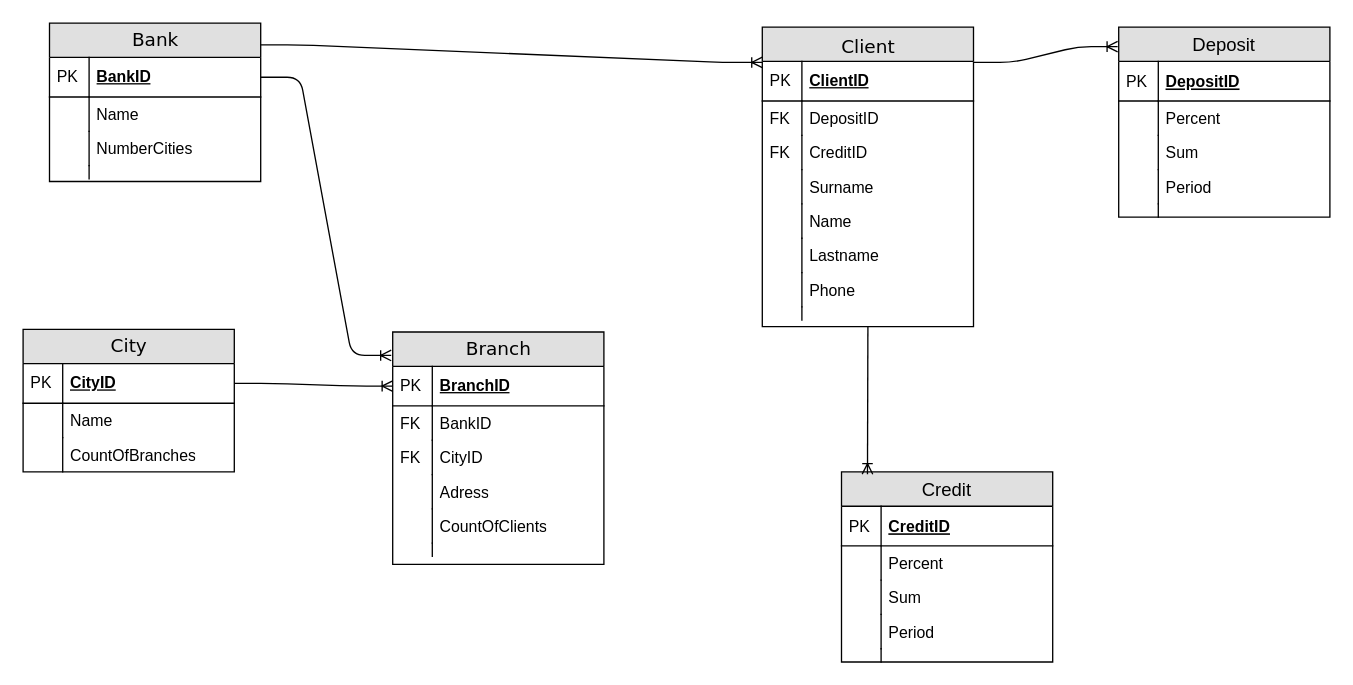
This is Untitled Diagram.drawio from duxa2089/entity-relationship-model, a draw.io file, before an edit. Source tidied: cells renumbered, new cells numbered last; positions are measured from the earlier drawing's top-left corner, leaving out a move shared by most shapes. Both pictures are drawn from the tidied source at 132%, with x=0, y=0 at pixel (22, 22).
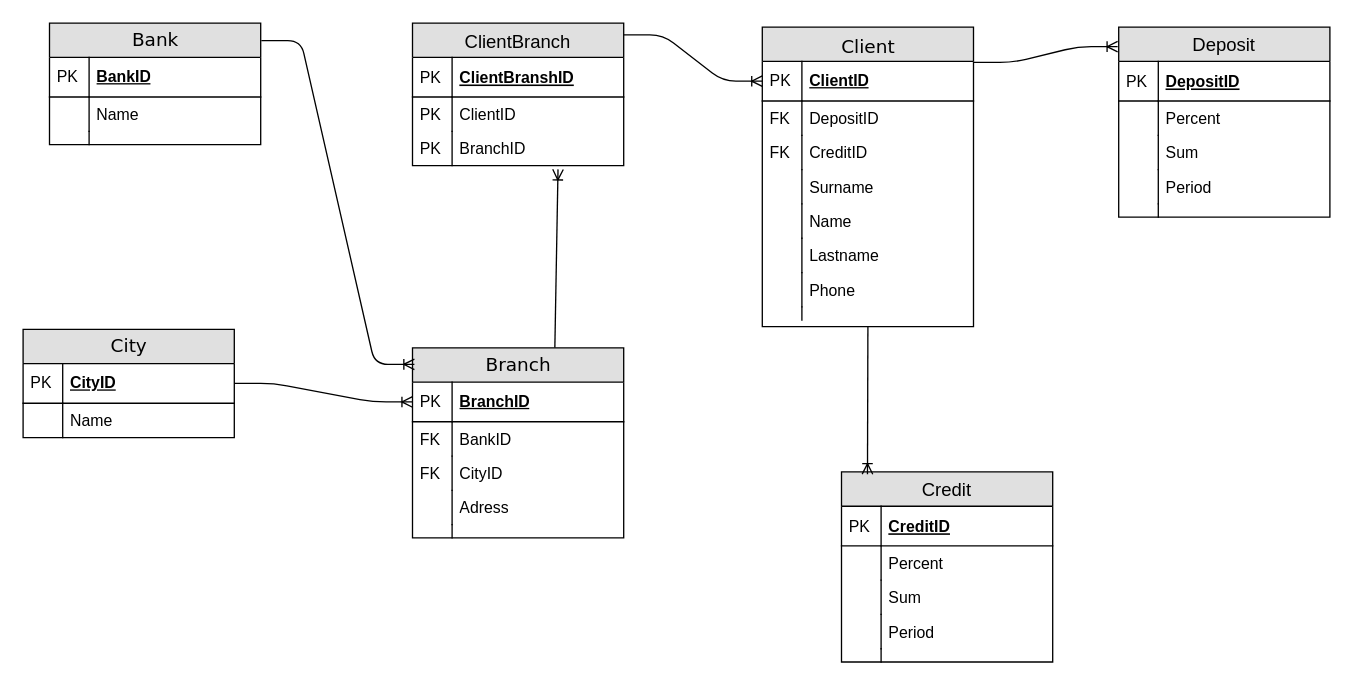
After the change.

Unchanged cells that the change refers to:
```xml
<mxCell id="2" value="Client" style="swimlane;html=1;fontStyle=0;horizontal=1;startSize=26;fillColor=#e0e0e0;swimlaneFillColor=#ffffff;align=center;rounded=0;shadow=0;comic=0;labelBackgroundColor=none;strokeColor=#000000;strokeWidth=1;fontFamily=Verdana;fontSize=14;fontColor=#000000;swimlaneLine=1;verticalAlign=top;" parent="1" vertex="1">
  <mxGeometry x="560" y="3" width="160" height="227" as="geometry" />
</mxCell>
<mxCell id="3" value="ClientID" style="shape=partialRectangle;top=0;left=0;right=0;bottom=1;html=1;align=left;verticalAlign=middle;fillColor=none;spacingLeft=34;spacingRight=4;whiteSpace=wrap;overflow=hidden;points=[[0,0.5],[1,0.5]];portConstraint=eastwest;fontStyle=5;" parent="2" vertex="1">
  <mxGeometry y="26" width="160" height="30" as="geometry" />
</mxCell>
<mxCell id="20" value="BankID" style="shape=partialRectangle;top=0;left=0;right=0;bottom=1;html=1;align=left;verticalAlign=middle;fillColor=none;spacingLeft=34;spacingRight=4;whiteSpace=wrap;overflow=hidden;points=[[0,0.5],[1,0.5]];portConstraint=eastwest;fontStyle=5;" parent="19" vertex="1">
  <mxGeometry y="26" width="160" height="30" as="geometry" />
</mxCell>
```

Change to the diagram source:
```diff
@@
     <mxCell id="19" value="Bank" style="swimlane;html=1;fontStyle=0;horizontal=1;startSize=26;fillColor=#e0e0e0;swimlaneFillColor=#ffffff;align=center;rounded=0;shadow=0;comic=0;labelBackgroundColor=none;strokeColor=#000000;strokeWidth=1;fontFamily=Verdana;fontSize=14;fontColor=#000000;" parent="1" vertex="1">
-      <mxGeometry x="20" width="160" height="120" as="geometry" />
+      <mxGeometry x="20" width="160" height="92" as="geometry" />
     </mxCell>
@@
-    <mxCell id="24" value="NumberCities" style="shape=partialRectangle;top=0;left=0;right=0;bottom=0;html=1;align=left;verticalAlign=top;fillColor=none;spacingLeft=34;spacingRight=4;whiteSpace=wrap;overflow=hidden;" parent="19" vertex="1">
-      <mxGeometry y="82" width="160" height="26" as="geometry" />
-    </mxCell>
-    <mxCell id="25" style="shape=partialRectangle;top=0;left=0;bottom=0;html=1;fillColor=none;align=left;verticalAlign=top;spacingLeft=4;spacingRight=4;whiteSpace=wrap;overflow=hidden;" parent="24" vertex="1">
-      <mxGeometry width="30" height="26" as="geometry" />
-    </mxCell>
     <mxCell id="26" style="shape=partialRectangle;top=0;left=0;right=0;bottom=0;html=1;align=left;verticalAlign=top;fillColor=none;spacingLeft=34;spacingRight=4;whiteSpace=wrap;overflow=hidden;" parent="19" vertex="1">
-      <mxGeometry y="108" width="160" height="10" as="geometry" />
+      <mxGeometry y="82" width="160" height="10" as="geometry" />
     </mxCell>
@@
     <mxCell id="28" value="Branch" style="swimlane;html=1;fontStyle=0;horizontal=1;startSize=26;fillColor=#e0e0e0;swimlaneFillColor=#ffffff;align=center;rounded=0;shadow=0;comic=0;labelBackgroundColor=none;strokeColor=#000000;strokeWidth=1;fontFamily=Verdana;fontSize=14;fontColor=#000000;" parent="1" vertex="1">
-      <mxGeometry x="280" y="234" width="160" height="176" as="geometry" />
+      <mxGeometry x="295" y="246" width="160" height="144" as="geometry" />
     </mxCell>
@@
-    <mxCell id="37" value="CountOfClients" style="shape=partialRectangle;top=0;left=0;right=0;bottom=0;html=1;align=left;verticalAlign=top;fillColor=none;spacingLeft=34;spacingRight=4;whiteSpace=wrap;overflow=hidden;" parent="28" vertex="1">
-      <mxGeometry y="134" width="160" height="26" as="geometry" />
-    </mxCell>
-    <mxCell id="38" style="shape=partialRectangle;top=0;left=0;bottom=0;html=1;fillColor=none;align=left;verticalAlign=top;spacingLeft=4;spacingRight=4;whiteSpace=wrap;overflow=hidden;" parent="37" vertex="1">
-      <mxGeometry width="30" height="26" as="geometry" />
-    </mxCell>
     <mxCell id="39" style="shape=partialRectangle;top=0;left=0;right=0;bottom=0;html=1;align=left;verticalAlign=top;fillColor=none;spacingLeft=34;spacingRight=4;whiteSpace=wrap;overflow=hidden;" parent="28" vertex="1">
-      <mxGeometry y="160" width="160" height="10" as="geometry" />
+      <mxGeometry y="134" width="160" height="10" as="geometry" />
     </mxCell>
@@
     <mxCell id="41" value="City" style="swimlane;html=1;fontStyle=0;horizontal=1;startSize=26;fillColor=#e0e0e0;swimlaneFillColor=#ffffff;align=center;rounded=0;shadow=0;comic=0;labelBackgroundColor=none;strokeColor=#000000;strokeWidth=1;fontFamily=Verdana;fontSize=14;fontColor=#000000;" parent="1" vertex="1">
-      <mxGeometry y="232" width="160" height="108" as="geometry" />
+      <mxGeometry y="232" width="160" height="82" as="geometry" />
     </mxCell>
@@
-    <mxCell id="46" value="CountOfBranches" style="shape=partialRectangle;top=0;left=0;right=0;bottom=0;html=1;align=left;verticalAlign=top;fillColor=none;spacingLeft=34;spacingRight=4;whiteSpace=wrap;overflow=hidden;" parent="41" vertex="1">
-      <mxGeometry y="82" width="160" height="26" as="geometry" />
-    </mxCell>
-    <mxCell id="47" style="shape=partialRectangle;top=0;left=0;bottom=0;html=1;fillColor=none;align=left;verticalAlign=top;spacingLeft=4;spacingRight=4;whiteSpace=wrap;overflow=hidden;" parent="46" vertex="1">
-      <mxGeometry width="30" height="26" as="geometry" />
-    </mxCell>
@@
-    <mxCell id="70" style="edgeStyle=entityRelationEdgeStyle;fontSize=12;html=1;endArrow=ERoneToMany;entryX=0;entryY=0.118;entryDx=0;entryDy=0;entryPerimeter=0;exitX=1;exitY=0.137;exitDx=0;exitDy=0;exitPerimeter=0;" parent="1" edge="1" source="19" target="2">
-      <mxGeometry relative="1" as="geometry" />
-    </mxCell>
@@
-    <mxCell id="73" style="edgeStyle=entityRelationEdgeStyle;fontSize=12;html=1;endArrow=ERoneToMany;exitX=1;exitY=0.5;exitDx=0;exitDy=0;entryX=-0.007;entryY=0.101;entryDx=0;entryDy=0;entryPerimeter=0;" parent="1" edge="1" source="20" target="28">
-      <mxGeometry relative="1" as="geometry" />
-    </mxCell>
@@
+    <mxCell id="75" value="ClientBranch" style="swimlane;fontStyle=0;horizontal=1;startSize=26;fillColor=#e0e0e0;swimlaneFillColor=#ffffff;align=center;fontSize=14;" parent="1" vertex="1">
+      <mxGeometry x="295" width="160" height="108" as="geometry" />
+    </mxCell>
+    <mxCell id="76" value="ClientBranshID" style="shape=partialRectangle;top=0;left=0;right=0;bottom=1;align=left;verticalAlign=middle;fillColor=none;spacingLeft=34;spacingRight=4;overflow=hidden;fontStyle=5;fontSize=12;" parent="75" vertex="1">
+      <mxGeometry y="26" width="160" height="30" as="geometry" />
+    </mxCell>
+    <mxCell id="77" value="PK" style="shape=partialRectangle;top=0;left=0;bottom=0;fillColor=none;align=left;verticalAlign=middle;spacingLeft=4;spacingRight=4;overflow=hidden;fontSize=12;" parent="76" vertex="1">
+      <mxGeometry width="30" height="30" as="geometry" />
+    </mxCell>
+    <mxCell id="78" value="ClientID" style="shape=partialRectangle;top=0;left=0;right=0;bottom=0;align=left;verticalAlign=top;fillColor=none;spacingLeft=34;spacingRight=4;overflow=hidden;fontSize=12;" parent="75" vertex="1">
+      <mxGeometry y="56" width="160" height="26" as="geometry" />
+    </mxCell>
+    <mxCell id="79" value="PK" style="shape=partialRectangle;top=0;left=0;bottom=0;fillColor=none;align=left;verticalAlign=top;spacingLeft=4;spacingRight=4;overflow=hidden;fontSize=12;" parent="78" vertex="1">
+      <mxGeometry width="30" height="26" as="geometry" />
+    </mxCell>
+    <mxCell id="80" value="BranchID" style="shape=partialRectangle;top=0;left=0;right=0;bottom=0;align=left;verticalAlign=top;fillColor=none;spacingLeft=34;spacingRight=4;overflow=hidden;points=[[0,0.5],[1,0.5]];portConstraint=eastwest;fontSize=12;" parent="75" vertex="1">
+      <mxGeometry y="82" width="160" height="26" as="geometry" />
+    </mxCell>
+    <mxCell id="81" value="PK" style="shape=partialRectangle;top=0;left=0;bottom=0;fillColor=none;align=left;verticalAlign=top;spacingLeft=4;spacingRight=4;overflow=hidden;fontSize=12;" parent="80" vertex="1">
+      <mxGeometry width="30" height="26" as="geometry" />
+    </mxCell>
+    <mxCell id="82" style="edgeStyle=entityRelationEdgeStyle;fontSize=12;html=1;endArrow=ERoneToMany;entryX=0;entryY=0.5;entryDx=0;entryDy=0;exitX=0.999;exitY=0.083;exitDx=0;exitDy=0;exitPerimeter=0;" parent="1" edge="1" source="75" target="3">
+      <mxGeometry relative="1" as="geometry" />
+    </mxCell>
+    <mxCell id="83" style="fontSize=12;html=1;endArrow=ERoneToMany;exitX=0.674;exitY=-0.001;exitDx=0;exitDy=0;exitPerimeter=0;entryX=0.689;entryY=1.108;entryDx=0;entryDy=0;entryPerimeter=0;" parent="1" edge="1" source="28" target="80">
+      <mxGeometry relative="1" as="geometry" />
+    </mxCell>
+    <mxCell id="84" style="edgeStyle=entityRelationEdgeStyle;fontSize=12;html=1;endArrow=ERoneToMany;exitX=1.003;exitY=0.145;exitDx=0;exitDy=0;exitPerimeter=0;entryX=0.009;entryY=0.087;entryDx=0;entryDy=0;entryPerimeter=0;" parent="1" edge="1" source="19" target="28">
+      <mxGeometry relative="1" as="geometry" />
+    </mxCell>
```
